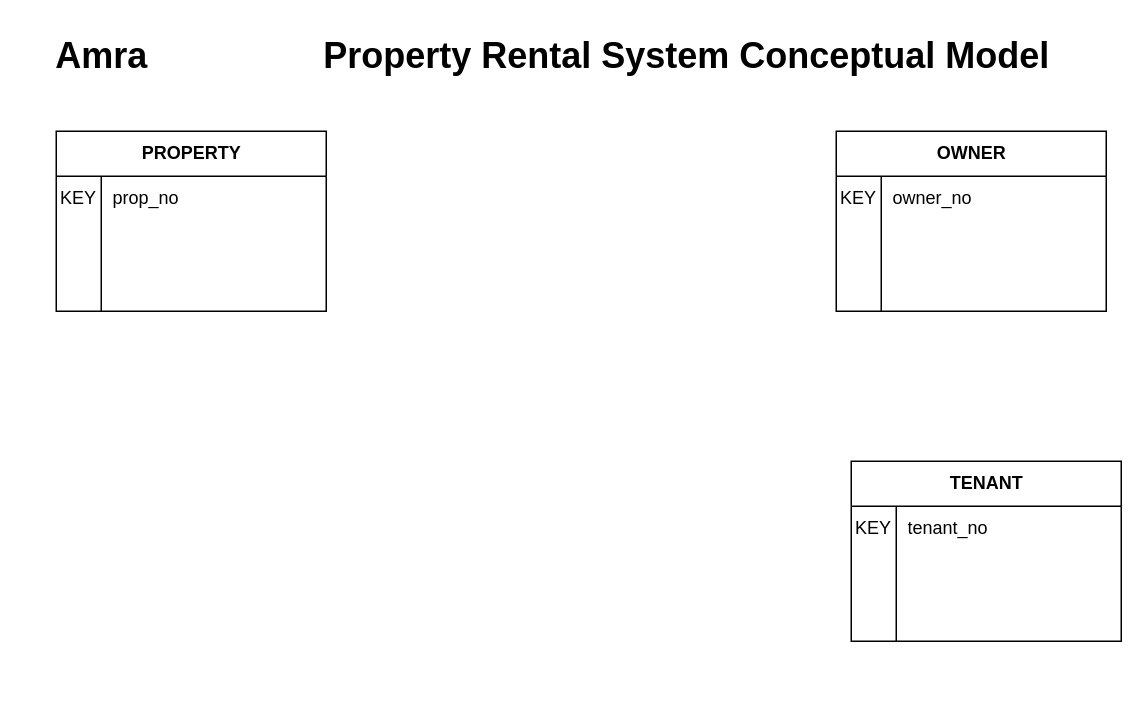
The draw.io diagram page "Entities and Keys" (1 of 3) of Applied/App03/prs_conceptual.drawio in aanv0002/bigrig-movers-sql-database, before the edit. Source tidied: cells renumbered, new cells numbered last; positions are measured from the earlier drawing's top-left corner, leaving out a move shared by most shapes. Both pictures are drawn from the tidied source at 150%, with x=0, y=0 at pixel (26, 26).
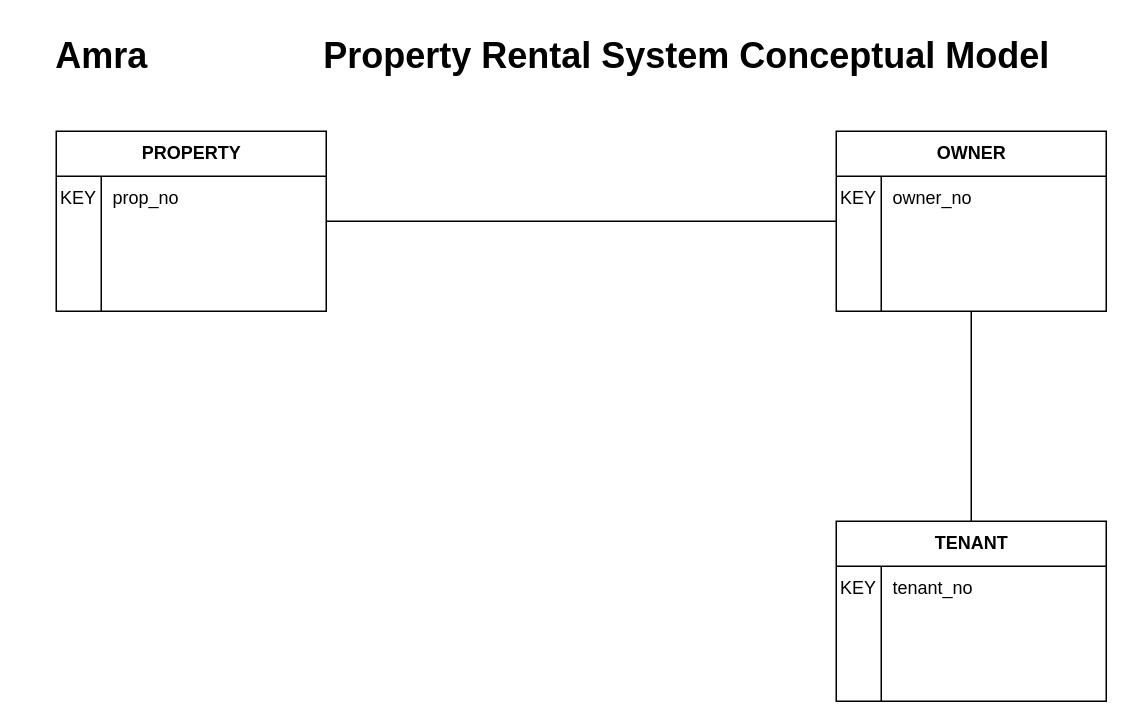
The same diagram, later.

The change refers to these unchanged cells:
```xml
<mxCell id="4" value="PROPERTY" style="shape=table;startSize=30;childLayout=tableLayout;rowLines=0;fontStyle=1;align=center;html=1;" parent="1" vertex="1">
  <mxGeometry x="20" y="70" width="180" height="120" as="geometry" />
</mxCell>
<mxCell id="14" value="OWNER" style="shape=table;startSize=30;childLayout=tableLayout;rowLines=0;fontStyle=1;align=center;html=1;" parent="1" vertex="1">
  <mxGeometry x="540" y="70" width="180" height="120" as="geometry" />
</mxCell>
```

Diff of the diagram source:
```diff
@@
     <mxCell id="24" value="TENANT" style="shape=table;startSize=30;childLayout=tableLayout;rowLines=0;fontStyle=1;align=center;html=1;" parent="1" vertex="1">
-      <mxGeometry x="550" y="290" width="180" height="120" as="geometry" />
+      <mxGeometry x="540" y="330" width="180" height="120" as="geometry" />
     </mxCell>
@@
+    <mxCell id="34" style="endArrow=none;html=1;rounded=0;" parent="1" edge="1" source="4" target="14">
+      <mxGeometry relative="1" as="geometry" />
+    </mxCell>
+    <mxCell id="35" style="endArrow=none;html=1;rounded=0;exitX=0.5;exitY=0;exitDx=0;exitDy=0;" parent="1" edge="1" source="24" target="14">
+      <mxGeometry relative="1" as="geometry" />
+    </mxCell>
```
